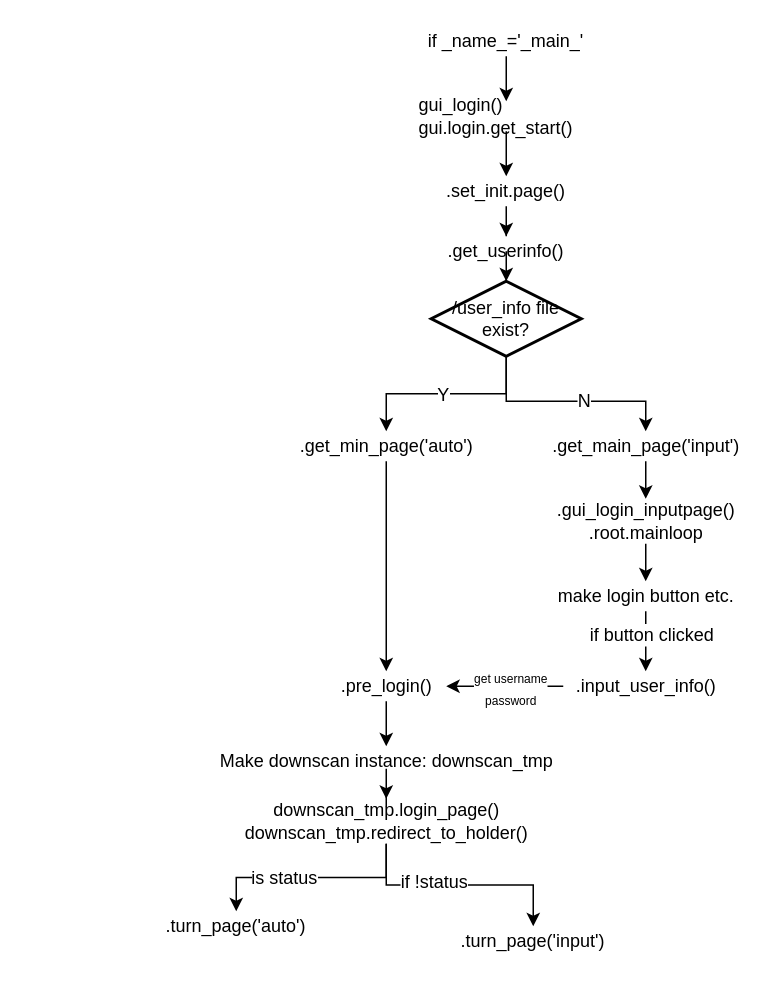
The draw.io diagram Untitled Diagram.drawio in 20181115/myHeloWorld, before the edit. Source tidied: cells renumbered, new cells numbered last; positions are measured from the earlier drawing's top-left corner, leaving out a move shared by most shapes. Both pictures are drawn from the tidied source at 150%, with x=0, y=0 at pixel (206, 26).
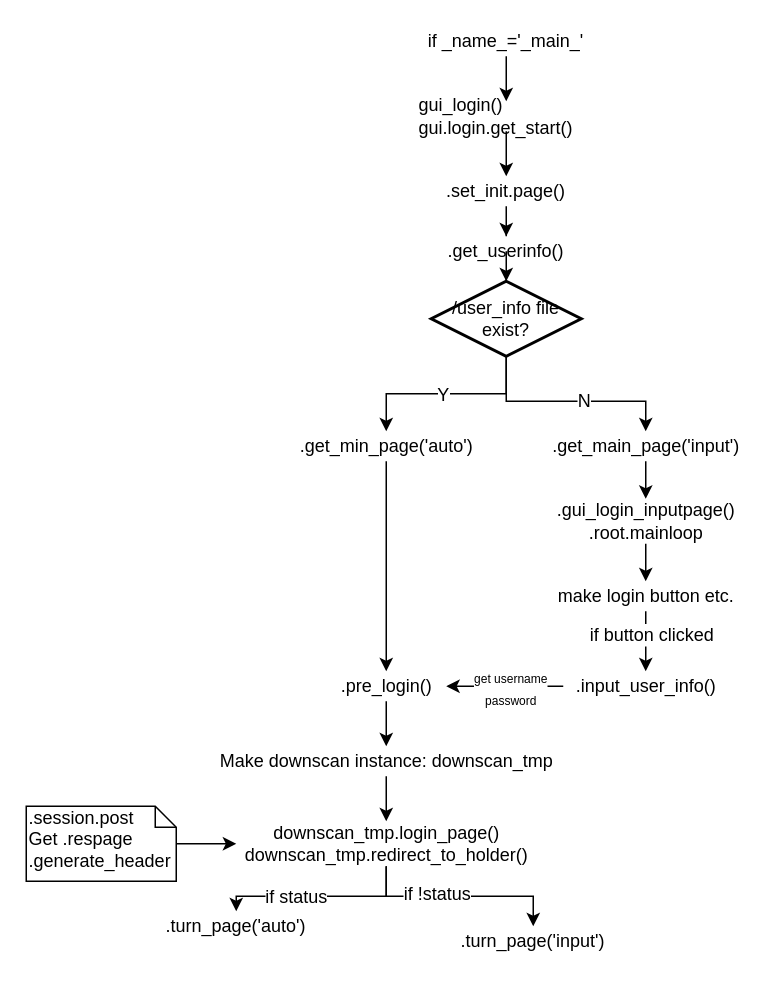
After the change.

The change refers to these unchanged cells:
```xml
<mxCell id="21" style="edgeStyle=orthogonalEdgeStyle;rounded=0;jettySize=auto;html=1;" parent="1" edge="1" source="25" target="36">
  <mxGeometry relative="1" as="geometry" />
</mxCell>
```

What changed in the source:
```diff
@@
-    <mxCell id="22" value="is status" style="text;html=1;align=center;verticalAlign=middle;labelBackgroundColor=#ffffff;" parent="21" vertex="1">
+    <mxCell id="22" value="if status" style="text;html=1;align=center;verticalAlign=middle;labelBackgroundColor=#ffffff;" parent="21" vertex="1">
       <mxGeometry x="0.25" relative="1" as="geometry" />
     </mxCell>
@@
     <mxCell id="25" value="downscan_tmp.login_page()&lt;br&gt;downscan_tmp.redirect_to_holder()" style="text;html=1;align=center;verticalAlign=middle;points=[];" parent="1" vertex="1">
-      <mxGeometry x="20" y="515" width="200" height="30" as="geometry" />
+      <mxGeometry x="20" y="530" width="200" height="30" as="geometry" />
     </mxCell>
@@
+    <mxCell id="38" style="edgeStyle=orthogonalEdgeStyle;rounded=0;jettySize=auto;html=1;" parent="1" edge="1" source="39" target="25">
+      <mxGeometry relative="1" as="geometry" />
+    </mxCell>
+    <mxCell id="39" value=".session.post&lt;br&gt;Get&amp;nbsp;.respage&lt;br&gt;.generate_header" style="shape=note;whiteSpace=wrap;html=1;size=14;verticalAlign=top;align=left;spacingTop=-6;" parent="1" vertex="1">
+      <mxGeometry x="-120" y="520" width="100" height="50" as="geometry" />
+    </mxCell>
```
